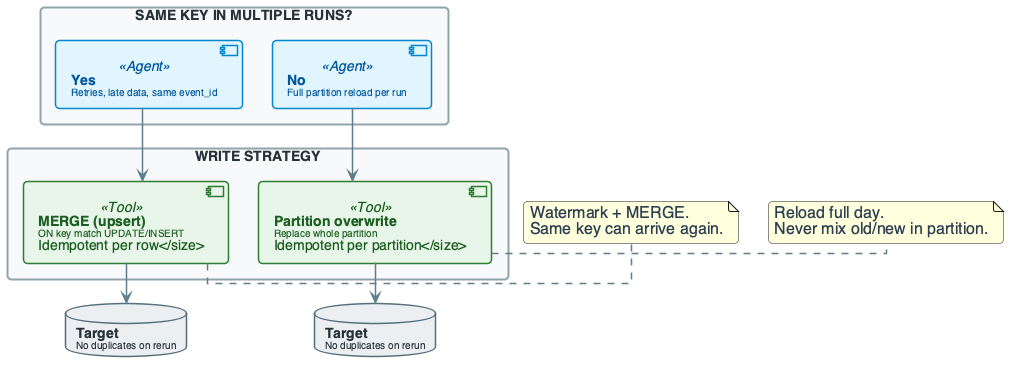
The PlantUML diagram diagrams/week14/week14_practice_slide18_reasoning_pipeline_choice.png in OrPerets/data-engineering-course, before a commit.
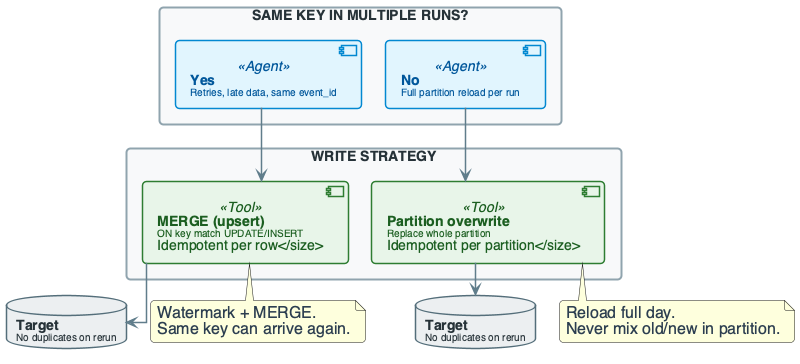
After the change.

Change to the diagram source:
```diff
@@ -5,8 +5,8 @@
 skinparam shadowing false
 skinparam roundcorner 8
 skinparam handwritten false
-skinparam nodesep 30
-skinparam ranksep 40
+skinparam nodesep 24
+skinparam ranksep 28
 
 skinparam defaultFontName "Segoe UI, Helvetica, sans-serif"
 skinparam defaultFontSize 16
@@ -136,7 +136,7 @@
 MERGE --> T1
 OVER --> T2
 
-note right of MERGE : Watermark + MERGE.\nSame key can arrive again.
-note right of OVER : Reload full day.\nNever mix old/new in partition.
+note bottom of MERGE : Watermark + MERGE.\nSame key can arrive again.
+note bottom of OVER : Reload full day.\nNever mix old/new in partition.
 
 @enduml
```
